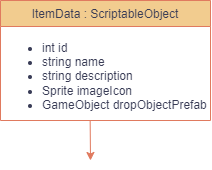
Earlier version of the draw.io export 제목 없는 다이어그램.drawio.png (hae-seung/ddolking). Source tidied: cells renumbered, new cells last; positions are measured from the earlier drawing's top-left corner, leaving out a move shared by most shapes.
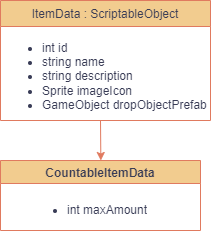
The same file after the commit.

Commit message:
제목 없는 다이어그램.drawio.png 업데이트

The edit, as a diff of the source:
```diff
@@ -10,9 +10,15 @@
     </mxCell>
     <mxCell id="4" style="endArrow=classic;html=1;rounded=0;labelBackgroundColor=none;fontColor=default;strokeColor=#E07A5F;" parent="1" edge="1">
       <mxGeometry relative="1" as="geometry">
-        <mxPoint x="89.7" y="120" as="sourcePoint" />
-        <mxPoint x="90" y="160" as="targetPoint" />
+        <mxPoint x="100" y="120" as="sourcePoint" />
+        <mxPoint x="100.3" y="160" as="targetPoint" />
       </mxGeometry>
     </mxCell>
+    <mxCell id="5" value="CountableItemData" style="swimlane;strokeColor=#E07A5F;fontColor=#393C56;fillColor=#F2CC8F;" parent="1" vertex="1">
+      <mxGeometry y="160" width="200" height="70" as="geometry" />
+    </mxCell>
+    <mxCell id="6" value="&lt;ul&gt;&lt;li&gt;int maxAmount&lt;/li&gt;&lt;/ul&gt;" style="text;strokeColor=none;fillColor=none;html=1;whiteSpace=wrap;verticalAlign=middle;overflow=hidden;fontColor=#393C56;" parent="5" vertex="1">
+      <mxGeometry x="25" y="27.5" width="150" height="45" as="geometry" />
+    </mxCell>
   </root>
 </mxGraphModel>
```
